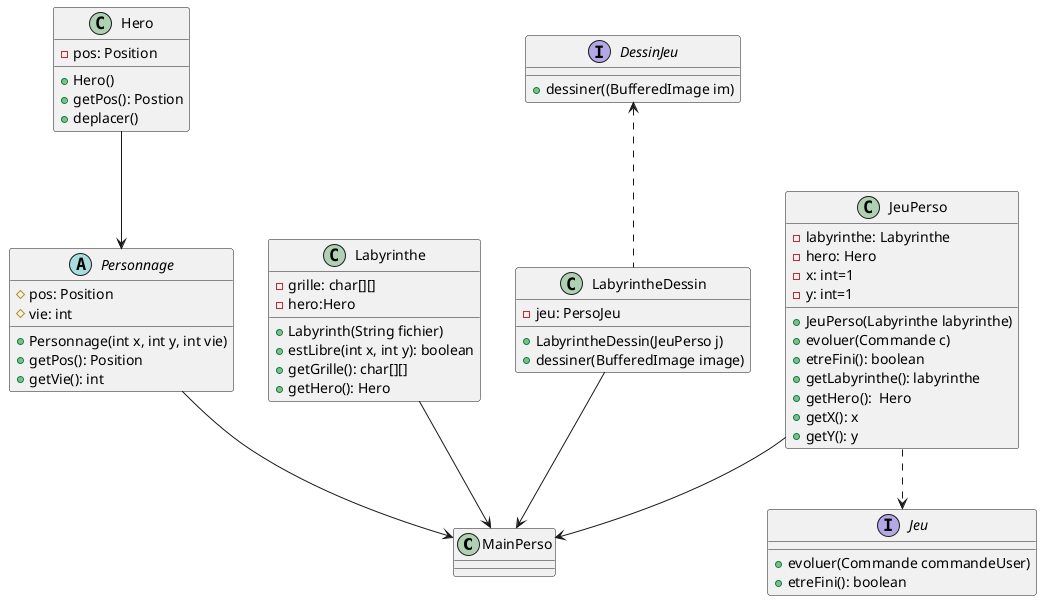
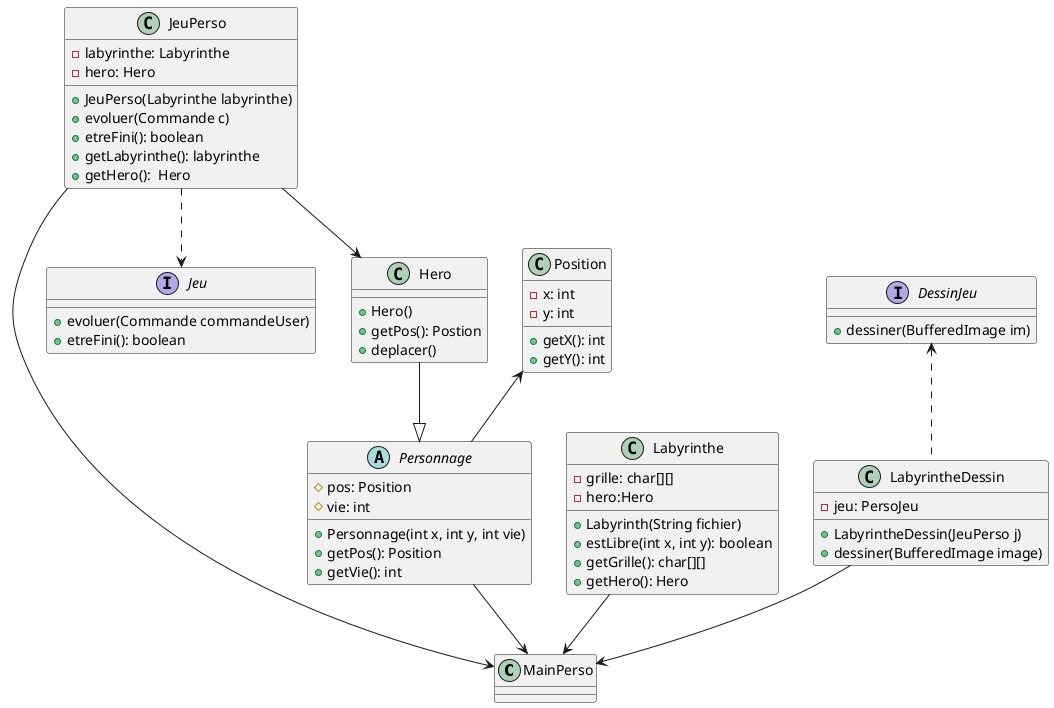
@startuml
'https://plantuml.com/class-diagram

class MainPerso

interface Jeu{
+evoluer(Commande commandeUser)
+etreFini(): boolean
}

abstract Personnage{
#pos: Position
#vie: int
+Personnage(int x, int y, int vie)
+getPos(): Position
+getVie(): int
}

class Hero{
- -pos: Position
+Hero()
+getPos(): Postion
+deplacer()
}

class Labyrinthe{
-grille: char[][]
-hero:Hero
+Labyrinth(String fichier)
+estLibre(int x, int y): boolean
+getGrille(): char[][]
+getHero(): Hero
}

class LabyrintheDessin{
-jeu: PersoJeu
+LabyrintheDessin(JeuPerso j)
+dessiner(BufferedImage image)
}

interface DessinJeu{
- +dessiner((BufferedImage im)
+ +dessiner(BufferedImage im)
}

class JeuPerso{
-labyrinthe: Labyrinthe
-hero: Hero
- -x: int=1
- -y: int=1
+JeuPerso(Labyrinthe labyrinthe)
+evoluer(Commande c)
+etreFini(): boolean
+getLabyrinthe(): labyrinthe
+getHero():  Hero
- +getX(): x
- +getY(): y
}

- Hero --> Personnage
+ class Position{
+ -x: int
+ -y: int
+ +getX(): int
+ +getY(): int
+ }
+ 
+ Hero --|> Personnage
Personnage --> MainPerso
Labyrinthe --> MainPerso

JeuPerso..>Jeu
LabyrintheDessin-->MainPerso
JeuPerso-->MainPerso
+ Position<--Personnage
+ JeuPerso-->Hero

DessinJeu<.. LabyrintheDessin


@enduml